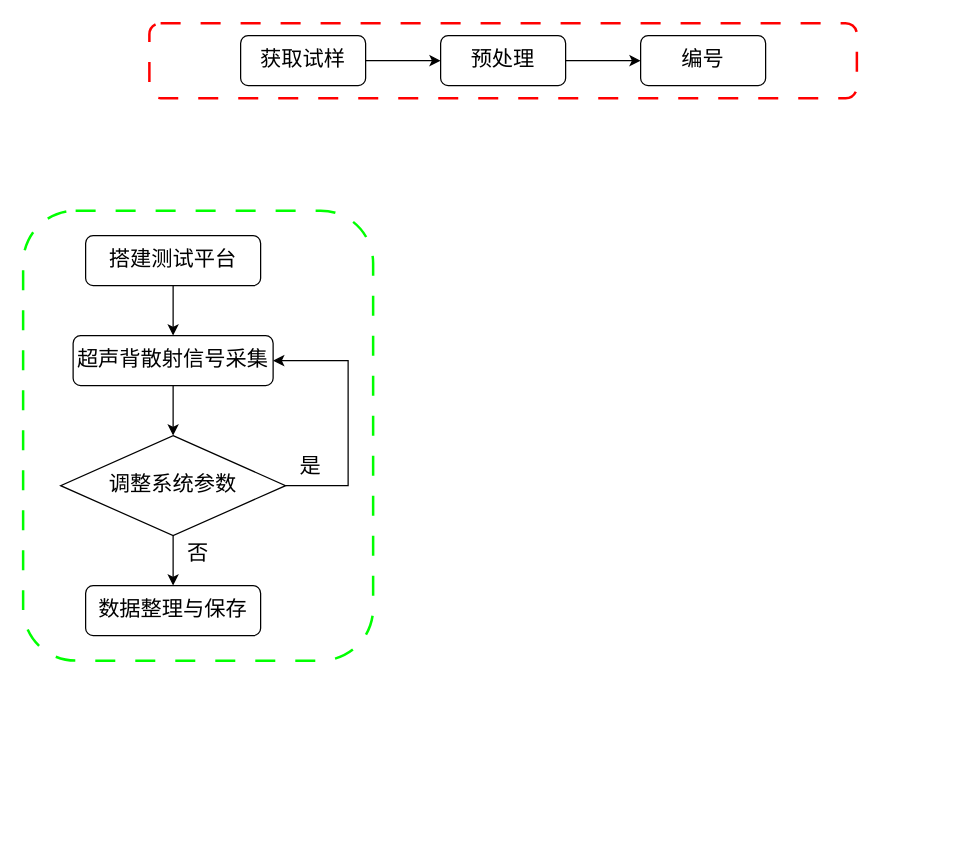
Above: 未命名绘图.drawio in wn2002/graduate (draw.io), before the change. Source tidied: cells renumbered, new cells numbered last; positions are measured from the earlier drawing's top-left corner, leaving out a move shared by most shapes. Both pictures are drawn from the tidied source at 125%, with x=0, y=0 at pixel (22, 22).
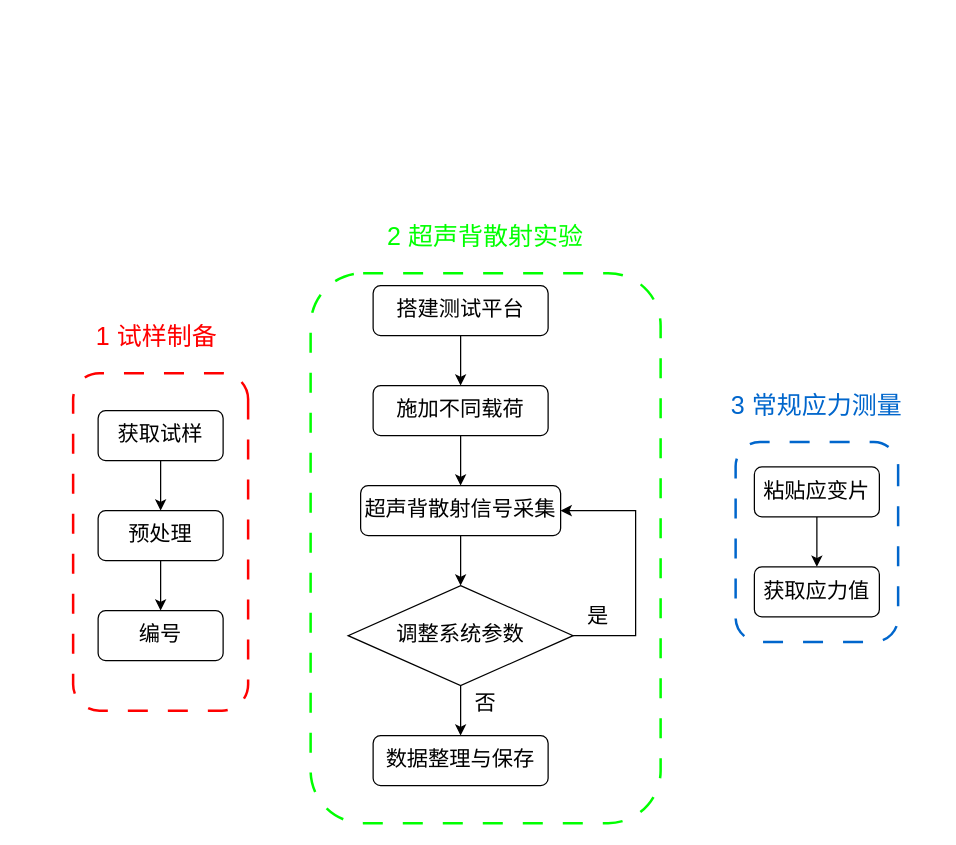
Above is the later version.

Commit message:
更新未命名绘图.drawio

What changed in the source:
```diff
@@
-    <mxCell id="2" style="rounded=1;whiteSpace=wrap;html=1;dashed=1;strokeColor=#FF0000;fillColor=none;strokeWidth=2;dashPattern=8 8;" parent="1" vertex="1">
-      <mxGeometry x="101" width="566" height="60" as="geometry" />
+    <mxCell id="2" style="rounded=1;whiteSpace=wrap;html=1;dashed=1;strokeColor=#FF0000;fillColor=none;strokeWidth=2;dashPattern=8 8;direction=south;" parent="1" vertex="1">
+      <mxGeometry x="40" y="280" width="140" height="270" as="geometry" />
     </mxCell>
-    <mxCell id="3" style="edgeStyle=orthogonalEdgeStyle;rounded=0;jettySize=auto;html=1;exitX=1;exitY=0.5;exitDx=0;exitDy=0;entryX=0;entryY=0.5;entryDx=0;entryDy=0;" parent="1" edge="1" source="4" target="6">
+    <mxCell id="3" style="edgeStyle=orthogonalEdgeStyle;rounded=0;jettySize=auto;html=1;exitX=0.5;exitY=1;exitDx=0;exitDy=0;entryX=0.5;entryY=0;entryDx=0;entryDy=0;" parent="1" edge="1" source="4" target="6">
       <mxGeometry relative="1" as="geometry" />
     </mxCell>
     <mxCell id="4" value="获取试样" style="rounded=1;whiteSpace=wrap;html=1;fontSize=17;" parent="1" vertex="1">
-      <mxGeometry x="174" y="10" width="100" height="40" as="geometry" />
+      <mxGeometry x="60" y="310" width="100" height="40" as="geometry" />
     </mxCell>
-    <mxCell id="5" style="edgeStyle=orthogonalEdgeStyle;rounded=0;jettySize=auto;html=1;exitX=1;exitY=0.5;exitDx=0;exitDy=0;entryX=0;entryY=0.5;entryDx=0;entryDy=0;" parent="1" edge="1" source="6" target="7">
+    <mxCell id="5" style="edgeStyle=orthogonalEdgeStyle;rounded=0;jettySize=auto;html=1;exitX=0.5;exitY=1;exitDx=0;exitDy=0;entryX=0.5;entryY=0;entryDx=0;entryDy=0;" parent="1" edge="1" source="6" target="7">
       <mxGeometry relative="1" as="geometry" />
     </mxCell>
     <mxCell id="6" value="预处理" style="rounded=1;whiteSpace=wrap;html=1;fontSize=17;" parent="1" vertex="1">
-      <mxGeometry x="334" y="10" width="100" height="40" as="geometry" />
+      <mxGeometry x="60" y="390" width="100" height="40" as="geometry" />
     </mxCell>
     <mxCell id="7" value="编号" style="rounded=1;whiteSpace=wrap;html=1;fontSize=17;" parent="1" vertex="1">
-      <mxGeometry x="494" y="10" width="100" height="40" as="geometry" />
+      <mxGeometry x="60" y="470" width="100" height="40" as="geometry" />
     </mxCell>
-    <mxCell id="8" style="edgeStyle=orthogonalEdgeStyle;rounded=0;jettySize=auto;html=1;exitX=0.5;exitY=1;exitDx=0;exitDy=0;entryX=0.5;entryY=0;entryDx=0;entryDy=0;" parent="1" edge="1" source="9" target="11">
-      <mxGeometry relative="1" as="geometry" />
-    </mxCell>
+    <mxCell id="19" style="edgeStyle=orthogonalEdgeStyle;rounded=0;jettySize=auto;html=1;exitX=0.5;exitY=1;exitDx=0;exitDy=0;entryX=0.5;entryY=0;entryDx=0;entryDy=0;" parent="1" edge="1" source="9" target="23">
+      <mxGeometry relative="1" as="geometry" />
+    </mxCell>
     <mxCell id="9" value="搭建测试平台" style="rounded=1;whiteSpace=wrap;html=1;fontSize=17;" parent="1" vertex="1">
-      <mxGeometry x="50" y="170" width="140" height="40" as="geometry" />
+      <mxGeometry x="280" y="210" width="140" height="40" as="geometry" />
     </mxCell>
@@
     <mxCell id="11" value="超声背散射信号采集" style="rounded=1;whiteSpace=wrap;html=1;fontSize=17;" parent="1" vertex="1">
-      <mxGeometry x="40" y="250" width="160" height="40" as="geometry" />
+      <mxGeometry x="270" y="370" width="160" height="40" as="geometry" />
     </mxCell>
@@
     <mxCell id="13" style="edgeStyle=orthogonalEdgeStyle;rounded=0;jettySize=auto;html=1;exitX=1;exitY=0.5;exitDx=0;exitDy=0;entryX=1;entryY=0.5;entryDx=0;entryDy=0;" parent="1" edge="1" source="14" target="11">
       <mxGeometry relative="1" as="geometry">
         <Array as="points">
-          <mxPoint x="260" y="370" />
-          <mxPoint x="260" y="270" />
+          <mxPoint x="490" y="490" />
+          <mxPoint x="490" y="390" />
         </Array>
       </mxGeometry>
     </mxCell>
     <mxCell id="14" value="调整系统参数" style="rhombus;whiteSpace=wrap;html=1;fontSize=17;" parent="1" vertex="1">
-      <mxGeometry x="30" y="330" width="180" height="80" as="geometry" />
+      <mxGeometry x="260" y="450" width="180" height="80" as="geometry" />
     </mxCell>
     <mxCell id="15" value="数据整理与保存" style="rounded=1;whiteSpace=wrap;html=1;fontSize=17;" parent="1" vertex="1">
-      <mxGeometry x="50" y="450" width="140" height="40" as="geometry" />
+      <mxGeometry x="280" y="570" width="140" height="40" as="geometry" />
     </mxCell>
     <mxCell id="16" value="是" style="text;html=1;whiteSpace=wrap;strokeColor=none;fillColor=none;align=center;verticalAlign=middle;rounded=0;fontSize=17;" parent="1" vertex="1">
-      <mxGeometry x="200" y="340" width="60" height="30" as="geometry" />
+      <mxGeometry x="430" y="460" width="60" height="30" as="geometry" />
     </mxCell>
     <mxCell id="17" value="否" style="text;html=1;whiteSpace=wrap;strokeColor=none;fillColor=none;align=center;verticalAlign=middle;rounded=0;fontSize=17;" parent="1" vertex="1">
-      <mxGeometry x="110" y="410" width="60" height="30" as="geometry" />
+      <mxGeometry x="340" y="530" width="60" height="30" as="geometry" />
     </mxCell>
     <mxCell id="18" style="rounded=1;whiteSpace=wrap;html=1;fillColor=none;dashed=1;dashPattern=8 8;strokeWidth=2;strokeColor=#00FF00;" parent="1" vertex="1">
-      <mxGeometry y="150" width="280" height="360" as="geometry" />
+      <mxGeometry x="230" y="200" width="280" height="440" as="geometry" />
     </mxCell>
+    <mxCell id="20" value="1 试样制备" style="text;html=1;whiteSpace=wrap;strokeColor=none;fillColor=none;align=center;verticalAlign=middle;rounded=0;fontSize=20;fontColor=#FF0000;" parent="1" vertex="1">
+      <mxGeometry x="54" y="230" width="106" height="40" as="geometry" />
+    </mxCell>
+    <mxCell id="21" value="2 超声背散射实验" style="text;html=1;whiteSpace=wrap;strokeColor=none;fillColor=none;align=center;verticalAlign=middle;rounded=0;fontSize=20;fontColor=#00FF00;" parent="1" vertex="1">
+      <mxGeometry x="275" y="150" width="190" height="40" as="geometry" />
+    </mxCell>
+    <mxCell id="22" style="edgeStyle=orthogonalEdgeStyle;rounded=0;jettySize=auto;html=1;exitX=0.5;exitY=1;exitDx=0;exitDy=0;entryX=0.5;entryY=0;entryDx=0;entryDy=0;" parent="1" edge="1" source="23" target="11">
+      <mxGeometry relative="1" as="geometry" />
+    </mxCell>
+    <mxCell id="23" value="施加不同载荷" style="rounded=1;whiteSpace=wrap;html=1;fontSize=17;" parent="1" vertex="1">
+      <mxGeometry x="280" y="290" width="140" height="40" as="geometry" />
+    </mxCell>
+    <mxCell id="24" style="edgeStyle=orthogonalEdgeStyle;rounded=0;jettySize=auto;html=1;exitX=0.5;exitY=1;exitDx=0;exitDy=0;entryX=0.5;entryY=0;entryDx=0;entryDy=0;" parent="1" edge="1" source="25" target="26">
+      <mxGeometry relative="1" as="geometry" />
+    </mxCell>
+    <mxCell id="25" value="粘贴应变片" style="rounded=1;whiteSpace=wrap;html=1;fontSize=17;" parent="1" vertex="1">
+      <mxGeometry x="585" y="355" width="100" height="40" as="geometry" />
+    </mxCell>
+    <mxCell id="26" value="获取应力值" style="rounded=1;whiteSpace=wrap;html=1;fontSize=17;" parent="1" vertex="1">
+      <mxGeometry x="585" y="435" width="100" height="40" as="geometry" />
+    </mxCell>
+    <mxCell id="27" style="rounded=1;whiteSpace=wrap;html=1;dashed=1;strokeColor=#0066CC;fillColor=none;strokeWidth=2;dashPattern=8 8;direction=south;" parent="1" vertex="1">
+      <mxGeometry x="570" y="335" width="130" height="160" as="geometry" />
+    </mxCell>
+    <mxCell id="28" value="3 常规应力测量" style="text;html=1;whiteSpace=wrap;strokeColor=none;fillColor=none;align=center;verticalAlign=middle;rounded=0;fontSize=20;fontColor=#0066CC;" parent="1" vertex="1">
+      <mxGeometry x="540" y="285" width="190" height="40" as="geometry" />
+    </mxCell>
```
